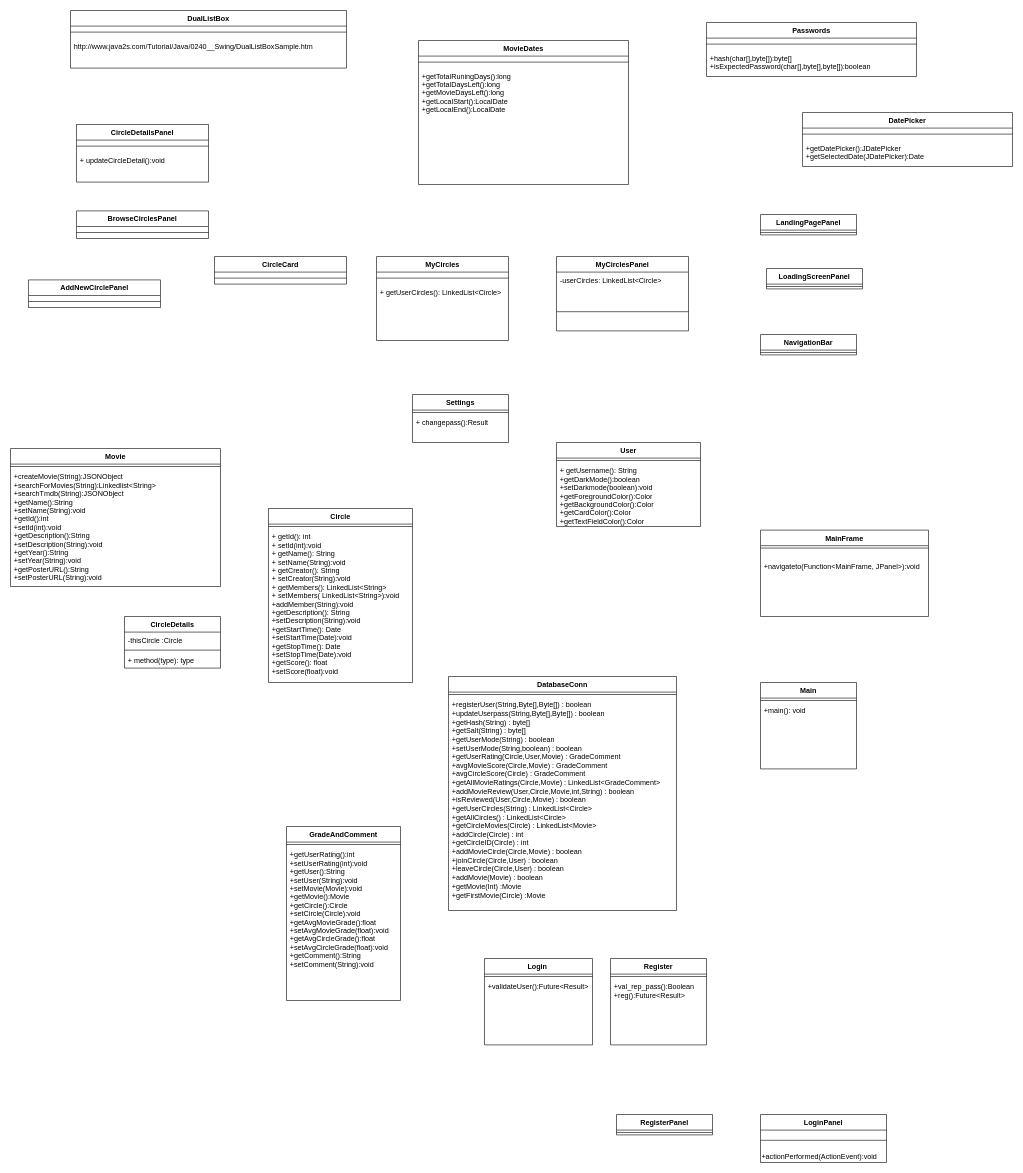
The draw.io diagram Diagrams/UML.drawio in johanbergfalk/DAT055_circles, before the edit. Source tidied: cells renumbered, new cells numbered last; positions are measured from the earlier drawing's top-left corner, leaving out a move shared by most shapes. Both pictures are drawn from the tidied source at 60%, with x=0, y=0 at pixel (10, 10).
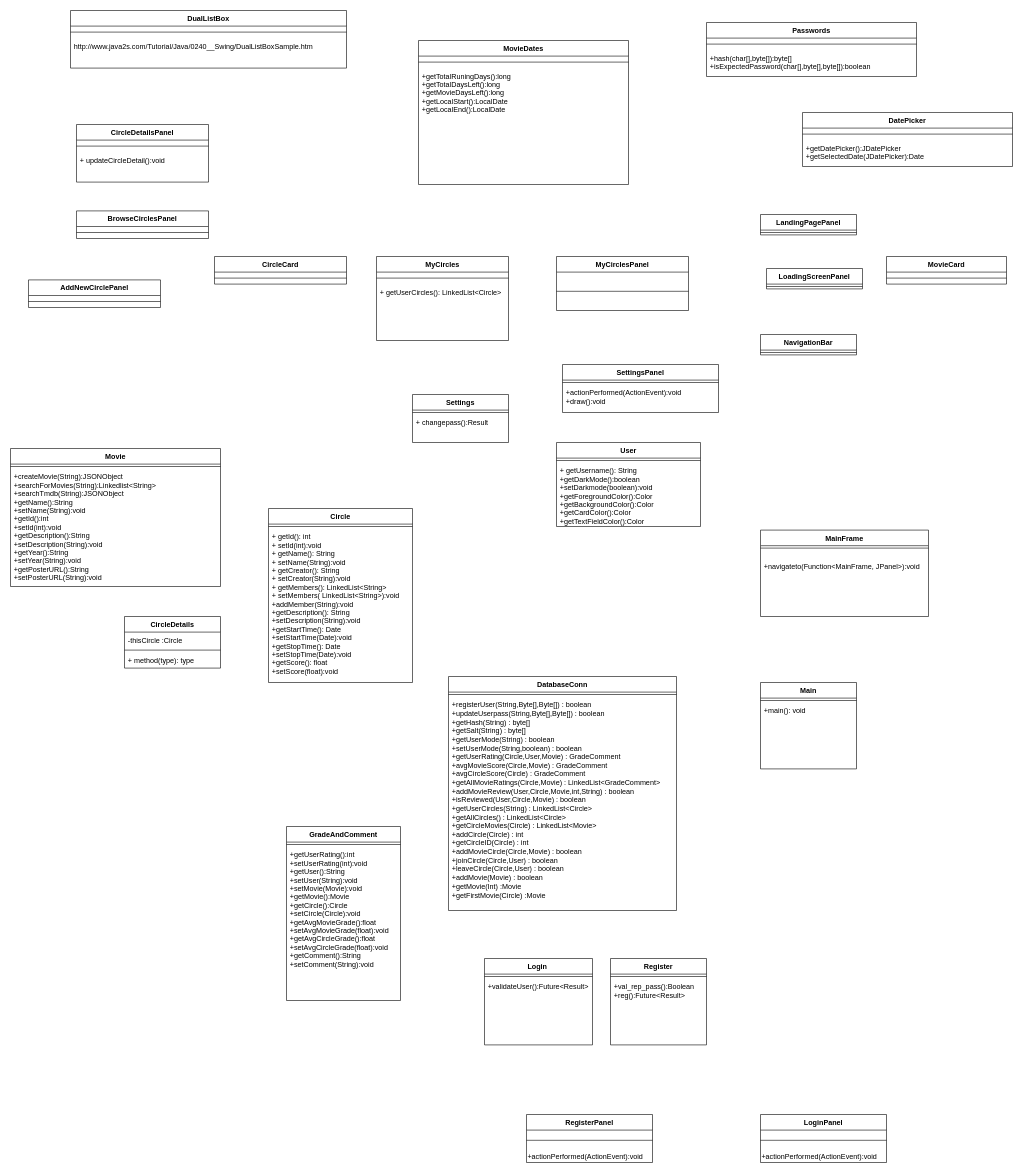
After the change.

Diff of the diagram source:
```diff
@@
     <mxCell id="40" value="MyCirclesPanel" style="swimlane;fontStyle=1;align=center;verticalAlign=top;horizontal=1;startSize=26;" parent="1" vertex="1">
-      <mxGeometry x="910" y="410" width="220" height="124" as="geometry" />
+      <mxGeometry x="910" y="410" width="220" height="90" as="geometry" />
     </mxCell>
-    <mxCell id="41" value="-userCircles: LinkedList&lt;Circle&gt;" style="text;strokeColor=none;fillColor=none;align=left;verticalAlign=top;spacingLeft=4;spacingRight=4;overflow=hidden;" parent="40" vertex="1">
-      <mxGeometry y="26" width="220" height="34" as="geometry" />
-    </mxCell>
     <mxCell id="42" style="line;strokeWidth=1;fillColor=none;align=left;verticalAlign=middle;spacingTop=-1;spacingLeft=3;spacingRight=3;labelPosition=right;" parent="40" vertex="1">
-      <mxGeometry y="60" width="220" height="64" as="geometry" />
+      <mxGeometry y="26" width="220" height="64" as="geometry" />
     </mxCell>
@@
-    <mxCell id="58" value="RegisterPanel" style="swimlane;fontStyle=1;align=center;verticalAlign=top;horizontal=1;startSize=26;" parent="1" vertex="1">
-      <mxGeometry x="1010" y="1840" width="160" height="34" as="geometry" />
-    </mxCell>
-    <mxCell id="59" style="line;strokeWidth=1;fillColor=none;align=left;verticalAlign=middle;spacingTop=-1;spacingLeft=3;spacingRight=3;labelPosition=right;" parent="58" vertex="1">
-      <mxGeometry y="26" width="160" height="8" as="geometry" />
-    </mxCell>
@@
+    <mxCell id="74" value="MovieCard" style="swimlane;fontStyle=1;align=center;verticalAlign=top;horizontal=1;startSize=26;" parent="1" vertex="1">
+      <mxGeometry x="1460" y="410" width="200" height="46" as="geometry" />
+    </mxCell>
+    <mxCell id="75" style="line;strokeWidth=1;fillColor=none;align=left;verticalAlign=middle;spacingTop=-1;spacingLeft=3;spacingRight=3;labelPosition=right;" parent="74" vertex="1">
+      <mxGeometry y="26" width="200" height="20" as="geometry" />
+    </mxCell>
+    <mxCell id="58" value="RegisterPanel" style="swimlane;fontStyle=1;align=center;verticalAlign=top;horizontal=1;startSize=26;" parent="1" vertex="1">
+      <mxGeometry x="860" y="1840" width="210" height="80" as="geometry" />
+    </mxCell>
+    <mxCell id="76" style="line;strokeWidth=1;fillColor=none;align=left;verticalAlign=middle;spacingTop=-1;spacingLeft=3;spacingRight=3;labelPosition=right;" parent="58" vertex="1">
+      <mxGeometry y="26" width="210" height="34" as="geometry" />
+    </mxCell>
+    <mxCell id="77" value="+actionPerformed(ActionEvent):void" style="text;html=1;align=left;verticalAlign=middle;strokeColor=none;fillColor=none;" parent="58" vertex="1">
+      <mxGeometry y="60" width="210" height="20" as="geometry" />
+    </mxCell>
+    <mxCell id="78" value="SettingsPanel" style="swimlane;fontStyle=1;align=center;verticalAlign=top;horizontal=1;startSize=26;" parent="1" vertex="1">
+      <mxGeometry x="920" y="590" width="260" height="80" as="geometry" />
+    </mxCell>
+    <mxCell id="79" style="line;strokeWidth=1;fillColor=none;align=left;verticalAlign=middle;spacingTop=-1;spacingLeft=3;spacingRight=3;labelPosition=right;" parent="78" vertex="1">
+      <mxGeometry y="26" width="260" height="8" as="geometry" />
+    </mxCell>
+    <mxCell id="80" value="+actionPerformed(ActionEvent):void&#10;+draw():void" style="text;strokeColor=none;fillColor=none;align=left;verticalAlign=top;spacingLeft=4;spacingRight=4;overflow=hidden;" parent="78" vertex="1">
+      <mxGeometry y="34" width="260" height="46" as="geometry" />
+    </mxCell>
```
